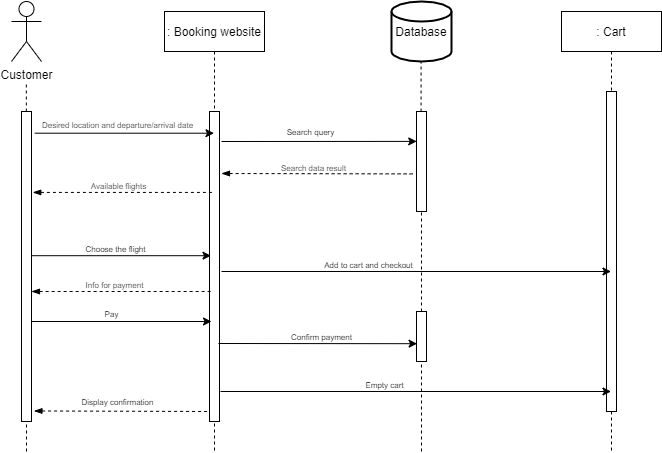
Earlier version of the draw.io export UML Examples/North American Airports System/Airports System Sequence Diagram.png (smitbmx/Architecture-Diagrams). Source tidied: cells renumbered, new cells last; positions are measured from the earlier drawing's top-left corner, leaving out a move shared by most shapes.
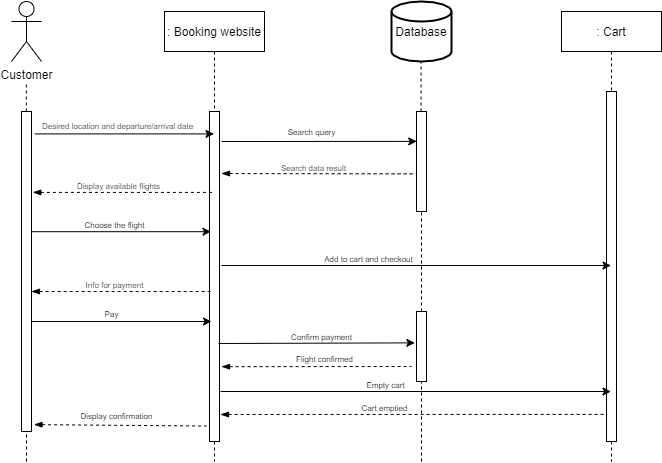
After the change.

Change to the diagram source:
```diff
@@ -2,11 +2,22 @@
   <root>
     <mxCell id="0" />
     <mxCell id="1" parent="0" />
+    <mxCell id="38" style="endArrow=none;dashed=1;html=1;fontSize=8;entryX=0.5;entryY=0.914;entryDx=0;entryDy=0;entryPerimeter=0;startArrow=blockThin;startFill=1;" parent="1" edge="1">
+      <mxGeometry relative="1" as="geometry">
+        <mxPoint x="209" y="413" as="sourcePoint" />
+        <mxPoint x="599" y="412.9" as="targetPoint" />
+      </mxGeometry>
+    </mxCell>
+    <mxCell id="39" value="Cart emptied" style="edgeLabel;html=1;align=center;verticalAlign=middle;fontSize=8;" parent="38" vertex="1">
+      <mxGeometry x="-0.16" relative="1" as="geometry">
+        <mxPoint y="-6" as="offset" />
+      </mxGeometry>
+    </mxCell>
     <mxCell id="2" value=": Booking website" style="shape=umlLifeline;perimeter=lifelinePerimeter;rounded=0;shadow=0;strokeWidth=1;" parent="1" vertex="1">
-      <mxGeometry x="153" y="10" width="100" height="440" as="geometry" />
+      <mxGeometry x="153" y="10" width="100" height="450" as="geometry" />
     </mxCell>
     <mxCell id="3" style="perimeter=orthogonalPerimeter;rounded=0;shadow=0;strokeWidth=1;" parent="2" vertex="1">
-      <mxGeometry x="45" y="100" width="10" height="310" as="geometry" />
+      <mxGeometry x="45" y="100" width="10" height="330" as="geometry" />
     </mxCell>
     <mxCell id="4" value="Customer" style="shape=umlActor;verticalLabelPosition=bottom;verticalAlign=top;html=1;" parent="1" vertex="1">
       <mxGeometry width="30" height="60" as="geometry" />
@@ -17,10 +28,10 @@
       </mxGeometry>
     </mxCell>
     <mxCell id="6" value=": Cart" style="shape=umlLifeline;perimeter=lifelinePerimeter;rounded=0;shadow=0;strokeWidth=1;" parent="1" vertex="1">
-      <mxGeometry x="550" y="10" width="100" height="440" as="geometry" />
+      <mxGeometry x="550" y="10" width="100" height="450" as="geometry" />
     </mxCell>
     <mxCell id="7" style="perimeter=orthogonalPerimeter;rounded=0;shadow=0;strokeWidth=1;" parent="6" vertex="1">
-      <mxGeometry x="45" y="80" width="10" height="320" as="geometry" />
+      <mxGeometry x="45" y="80" width="10" height="350" as="geometry" />
     </mxCell>
     <mxCell id="8" value="Database" style="strokeWidth=2;html=1;shape=mxgraph.flowchart.database;whiteSpace=wrap;" parent="1" vertex="1">
       <mxGeometry x="380" width="60" height="60" as="geometry" />
@@ -31,11 +42,11 @@
       </mxGeometry>
     </mxCell>
     <mxCell id="10" style="points=[];perimeter=orthogonalPerimeter;rounded=0;shadow=0;strokeWidth=1;" parent="1" vertex="1">
-      <mxGeometry x="10" y="110" width="10" height="310" as="geometry" />
+      <mxGeometry x="10" y="110" width="10" height="320" as="geometry" />
     </mxCell>
     <mxCell id="11" style="endArrow=none;dashed=1;html=1;" parent="1" edge="1" target="10">
       <mxGeometry relative="1" as="geometry">
-        <mxPoint x="15" y="450" as="sourcePoint" />
+        <mxPoint x="15" y="460" as="sourcePoint" />
       </mxGeometry>
     </mxCell>
     <mxCell id="12" style="endArrow=classic;html=1;exitX=1.333;exitY=0.07;exitDx=0;exitDy=0;exitPerimeter=0;" parent="1" edge="1" source="10" target="2">
@@ -79,15 +90,15 @@
         <mxPoint x="202.5" y="190.9" as="targetPoint" />
       </mxGeometry>
     </mxCell>
-    <mxCell id="21" value="&lt;span style=&quot;color: rgb(31 , 31 , 31) ; font-family: &amp;#34;opensans&amp;#34; , &amp;#34;arial&amp;#34; , sans-serif&quot;&gt;Available flights&lt;/span&gt;" style="edgeLabel;html=1;align=center;verticalAlign=middle;fontSize=8;" parent="20" vertex="1">
+    <mxCell id="21" value="&lt;span style=&quot;color: rgb(31 , 31 , 31) ; font-family: &amp;#34;opensans&amp;#34; , &amp;#34;arial&amp;#34; , sans-serif&quot;&gt;Display available flights&lt;/span&gt;" style="edgeLabel;html=1;align=center;verticalAlign=middle;fontSize=8;" parent="20" vertex="1">
       <mxGeometry x="-0.06" y="-1" relative="1" as="geometry">
         <mxPoint y="-7" as="offset" />
       </mxGeometry>
     </mxCell>
     <mxCell id="22" style="endArrow=classic;html=1;fontSize=8;exitX=1.357;exitY=0.515;exitDx=0;exitDy=0;exitPerimeter=0;" parent="1" edge="1">
       <mxGeometry relative="1" as="geometry">
-        <mxPoint x="20.6" y="254.2" as="sourcePoint" />
-        <mxPoint x="199.5" y="254.2" as="targetPoint" />
+        <mxPoint x="20.6" y="230.2" as="sourcePoint" />
+        <mxPoint x="199.5" y="230.2" as="targetPoint" />
       </mxGeometry>
     </mxCell>
     <mxCell id="23" value="Choose the flight" style="edgeLabel;html=1;align=center;verticalAlign=middle;fontSize=8;" parent="22" vertex="1">
@@ -95,9 +106,10 @@
         <mxPoint y="-7" as="offset" />
       </mxGeometry>
     </mxCell>
-    <mxCell id="24" style="endArrow=classic;html=1;fontSize=8;" parent="1" edge="1" target="6">
+    <mxCell id="24" style="endArrow=classic;html=1;fontSize=8;" parent="1" edge="1">
       <mxGeometry relative="1" as="geometry">
-        <mxPoint x="210" y="270" as="sourcePoint" />
+        <mxPoint x="210" y="264" as="sourcePoint" />
+        <mxPoint x="599.5" y="264" as="targetPoint" />
       </mxGeometry>
     </mxCell>
     <mxCell id="25" value="Add to cart and checkout" style="edgeLabel;html=1;align=center;verticalAlign=middle;fontSize=8;" parent="24" vertex="1">
@@ -128,14 +140,14 @@
       </mxGeometry>
     </mxCell>
     <mxCell id="30" style="points=[];perimeter=orthogonalPerimeter;rounded=0;shadow=0;strokeWidth=1;" parent="1" vertex="1">
-      <mxGeometry x="405" y="310" width="10" height="50" as="geometry" />
+      <mxGeometry x="405" y="310" width="10" height="70" as="geometry" />
     </mxCell>
     <mxCell id="31" style="endArrow=none;dashed=1;html=1;" parent="1" edge="1" target="30">
       <mxGeometry relative="1" as="geometry">
-        <mxPoint x="410" y="450" as="sourcePoint" />
+        <mxPoint x="410" y="460" as="sourcePoint" />
       </mxGeometry>
     </mxCell>
-    <mxCell id="32" style="endArrow=classic;html=1;fontSize=8;entryX=0.055;entryY=0.644;entryDx=0;entryDy=0;entryPerimeter=0;" parent="1" edge="1" target="30">
+    <mxCell id="32" style="endArrow=classic;html=1;fontSize=8;entryX=-0.167;entryY=0.448;entryDx=0;entryDy=0;entryPerimeter=0;" parent="1" edge="1" target="30">
       <mxGeometry relative="1" as="geometry">
         <mxPoint x="206.9" y="342" as="sourcePoint" />
       </mxGeometry>
@@ -153,9 +165,10 @@
         <mxPoint y="-6" as="offset" />
       </mxGeometry>
     </mxCell>
-    <mxCell id="36" style="endArrow=none;dashed=1;html=1;fontSize=8;exitX=1.245;exitY=0.966;exitDx=0;exitDy=0;exitPerimeter=0;startArrow=blockThin;startFill=1;" parent="1" edge="1" source="10">
+    <mxCell id="36" style="endArrow=none;dashed=1;html=1;fontSize=8;exitX=1.245;exitY=0.966;exitDx=0;exitDy=0;exitPerimeter=0;startArrow=blockThin;startFill=1;entryX=-0.314;entryY=0.941;entryDx=0;entryDy=0;entryPerimeter=0;" parent="1" edge="1">
       <mxGeometry relative="1" as="geometry">
-        <mxPoint x="198" y="410" as="targetPoint" />
+        <mxPoint x="22.4" y="423.1" as="sourcePoint" />
+        <mxPoint x="194.9" y="424.5" as="targetPoint" />
       </mxGeometry>
     </mxCell>
     <mxCell id="37" value="Display confirmation" style="edgeLabel;html=1;align=center;verticalAlign=middle;fontSize=8;" parent="36" vertex="1">
@@ -163,5 +176,16 @@
         <mxPoint x="5" y="-11" as="offset" />
       </mxGeometry>
     </mxCell>
+    <mxCell id="40" style="endArrow=none;dashed=1;html=1;fontSize=8;startArrow=blockThin;startFill=1;" parent="1" edge="1">
+      <mxGeometry relative="1" as="geometry">
+        <mxPoint x="210" y="365.2" as="sourcePoint" />
+        <mxPoint x="400" y="365" as="targetPoint" />
+      </mxGeometry>
+    </mxCell>
+    <mxCell id="41" value="Flight confirmed" style="edgeLabel;html=1;align=center;verticalAlign=middle;fontSize=8;" parent="40" vertex="1">
+      <mxGeometry x="0.13" y="1" relative="1" as="geometry">
+        <mxPoint x="-5" y="-6" as="offset" />
+      </mxGeometry>
+    </mxCell>
   </root>
 </mxGraphModel>
```
